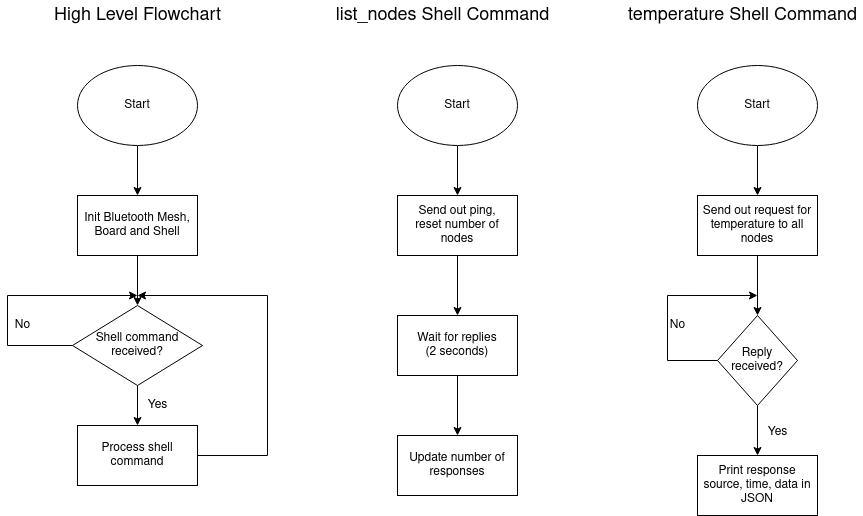
Above: images/base_flowchart.drawio.png in hughroberts1/csse4011-morpheus-green (draw.io), before the change. Source tidied: cells renumbered, new cells last; positions are measured from the earlier drawing's top-left corner, leaving out a move shared by most shapes. Source of this version:
```xml
<mxGraphModel>
  <root>
    <mxCell id="0" />
    <mxCell id="1" parent="0" />
    <mxCell id="2" style="edgeStyle=orthogonalEdgeStyle;rounded=0;jettySize=auto;html=1;" parent="1" edge="1" source="3" target="5">
      <mxGeometry relative="1" as="geometry" />
    </mxCell>
    <mxCell id="3" value="Start" style="ellipse;whiteSpace=wrap;html=1;" parent="1" vertex="1">
      <mxGeometry x="70" y="65" width="120" height="80" as="geometry" />
    </mxCell>
    <mxCell id="4" style="edgeStyle=orthogonalEdgeStyle;rounded=0;jettySize=auto;html=1;" parent="1" edge="1" source="5" target="8">
      <mxGeometry relative="1" as="geometry" />
    </mxCell>
    <mxCell id="5" value="Init Bluetooth Mesh, Board and Shell" style="whiteSpace=wrap;html=1;" parent="1" vertex="1">
      <mxGeometry x="70" y="195" width="120" height="60" as="geometry" />
    </mxCell>
    <mxCell id="6" style="edgeStyle=orthogonalEdgeStyle;rounded=0;jettySize=auto;html=1;" parent="1" edge="1" source="8">
      <mxGeometry relative="1" as="geometry">
        <mxPoint x="130" y="295" as="targetPoint" />
        <Array as="points">
          <mxPoint y="345" />
          <mxPoint y="295" />
        </Array>
      </mxGeometry>
    </mxCell>
    <mxCell id="7" style="edgeStyle=orthogonalEdgeStyle;rounded=0;jettySize=auto;html=1;" parent="1" edge="1" source="8" target="10">
      <mxGeometry relative="1" as="geometry" />
    </mxCell>
    <mxCell id="8" value="Shell command received?" style="rhombus;whiteSpace=wrap;html=1;" parent="1" vertex="1">
      <mxGeometry x="65" y="305" width="130" height="80" as="geometry" />
    </mxCell>
    <mxCell id="9" style="edgeStyle=orthogonalEdgeStyle;rounded=0;jettySize=auto;html=1;" parent="1" edge="1" source="10">
      <mxGeometry relative="1" as="geometry">
        <mxPoint x="130" y="295" as="targetPoint" />
        <Array as="points">
          <mxPoint x="260" y="455" />
          <mxPoint x="260" y="295" />
        </Array>
      </mxGeometry>
    </mxCell>
    <mxCell id="10" value="Process shell command" style="whiteSpace=wrap;html=1;" parent="1" vertex="1">
      <mxGeometry x="70" y="425" width="120" height="60" as="geometry" />
    </mxCell>
    <mxCell id="11" value="No" style="text;html=1;align=center;verticalAlign=middle;strokeColor=none;fillColor=none;" parent="1" vertex="1">
      <mxGeometry y="315" width="30" height="20" as="geometry" />
    </mxCell>
    <mxCell id="12" value="Yes" style="text;html=1;align=center;verticalAlign=middle;strokeColor=none;fillColor=none;" parent="1" vertex="1">
      <mxGeometry x="130" y="395" width="40" height="20" as="geometry" />
    </mxCell>
    <mxCell id="13" value="&lt;font style=&quot;font-size: 18px;&quot;&gt;High Level Flowchart&lt;/font&gt;" style="text;html=1;align=center;verticalAlign=middle;strokeColor=none;fillColor=none;" parent="1" vertex="1">
      <mxGeometry x="40" y="5" width="180" height="20" as="geometry" />
    </mxCell>
    <mxCell id="14" value="list_nodes Shell Command" style="text;html=1;align=center;verticalAlign=middle;strokeColor=none;fillColor=none;fontSize=18;" parent="1" vertex="1">
      <mxGeometry x="320" width="230" height="30" as="geometry" />
    </mxCell>
    <mxCell id="15" style="edgeStyle=orthogonalEdgeStyle;rounded=0;jettySize=auto;html=1;fontSize=18;" parent="1" edge="1" source="16" target="18">
      <mxGeometry relative="1" as="geometry" />
    </mxCell>
    <mxCell id="16" value="Start" style="ellipse;whiteSpace=wrap;html=1;" parent="1" vertex="1">
      <mxGeometry x="390" y="65" width="120" height="80" as="geometry" />
    </mxCell>
    <mxCell id="17" style="edgeStyle=orthogonalEdgeStyle;rounded=0;jettySize=auto;html=1;fontSize=18;" parent="1" edge="1" source="18" target="20">
      <mxGeometry relative="1" as="geometry" />
    </mxCell>
    <mxCell id="18" value="&lt;div&gt;Send out ping, &lt;br&gt;&lt;/div&gt;&lt;div&gt;reset number of nodes&lt;br&gt;&lt;/div&gt;" style="whiteSpace=wrap;html=1;" parent="1" vertex="1">
      <mxGeometry x="390" y="195" width="120" height="60" as="geometry" />
    </mxCell>
    <mxCell id="19" style="edgeStyle=orthogonalEdgeStyle;rounded=0;jettySize=auto;html=1;fontSize=18;" parent="1" edge="1" source="20" target="21">
      <mxGeometry relative="1" as="geometry" />
    </mxCell>
    <mxCell id="20" value="&lt;div&gt;Wait for replies&lt;/div&gt;&lt;div&gt;(2 seconds)&lt;br&gt;&lt;/div&gt;" style="whiteSpace=wrap;html=1;" parent="1" vertex="1">
      <mxGeometry x="390" y="315" width="120" height="60" as="geometry" />
    </mxCell>
    <mxCell id="21" value="Update number of responses" style="whiteSpace=wrap;html=1;" parent="1" vertex="1">
      <mxGeometry x="390" y="435" width="120" height="60" as="geometry" />
    </mxCell>
    <mxCell id="22" value="temperature Shell Command" style="text;html=1;align=center;verticalAlign=middle;strokeColor=none;fillColor=none;fontSize=18;" parent="1" vertex="1">
      <mxGeometry x="615" width="240" height="30" as="geometry" />
    </mxCell>
    <mxCell id="23" style="edgeStyle=orthogonalEdgeStyle;rounded=0;jettySize=auto;html=1;fontSize=18;" parent="1" edge="1" source="24" target="26">
      <mxGeometry relative="1" as="geometry" />
    </mxCell>
    <mxCell id="24" value="Start" style="ellipse;whiteSpace=wrap;html=1;" parent="1" vertex="1">
      <mxGeometry x="690" y="65" width="120" height="80" as="geometry" />
    </mxCell>
    <mxCell id="25" style="edgeStyle=orthogonalEdgeStyle;rounded=0;jettySize=auto;html=1;fontSize=18;" parent="1" edge="1" source="26" target="29">
      <mxGeometry relative="1" as="geometry" />
    </mxCell>
    <mxCell id="26" value="Send out request for temperature to all nodes" style="whiteSpace=wrap;html=1;" parent="1" vertex="1">
      <mxGeometry x="690" y="195" width="120" height="60" as="geometry" />
    </mxCell>
    <mxCell id="27" style="edgeStyle=orthogonalEdgeStyle;rounded=0;jettySize=auto;html=1;fontSize=18;" parent="1" edge="1" source="29" target="30">
      <mxGeometry relative="1" as="geometry" />
    </mxCell>
    <mxCell id="28" style="edgeStyle=orthogonalEdgeStyle;rounded=0;jettySize=auto;html=1;fontSize=12;" parent="1" edge="1" source="29">
      <mxGeometry relative="1" as="geometry">
        <mxPoint x="750" y="295" as="targetPoint" />
        <Array as="points">
          <mxPoint x="660" y="360" />
          <mxPoint x="660" y="295" />
        </Array>
      </mxGeometry>
    </mxCell>
    <mxCell id="29" value="Reply received?" style="rhombus;whiteSpace=wrap;html=1;" parent="1" vertex="1">
      <mxGeometry x="710" y="315" width="80" height="90" as="geometry" />
    </mxCell>
    <mxCell id="30" value="Print response source, time, data in JSON" style="whiteSpace=wrap;html=1;" parent="1" vertex="1">
      <mxGeometry x="690" y="455" width="120" height="60" as="geometry" />
    </mxCell>
    <mxCell id="31" value="&lt;font style=&quot;font-size: 12px;&quot;&gt;Yes&lt;/font&gt;" style="text;html=1;align=center;verticalAlign=middle;strokeColor=none;fillColor=none;fontSize=18;" parent="1" vertex="1">
      <mxGeometry x="750" y="415" width="40" height="30" as="geometry" />
    </mxCell>
    <mxCell id="32" value="No" style="text;html=1;align=center;verticalAlign=middle;strokeColor=none;fillColor=none;fontSize=12;" parent="1" vertex="1">
      <mxGeometry x="655" y="315" width="30" height="20" as="geometry" />
    </mxCell>
  </root>
</mxGraphModel>
```
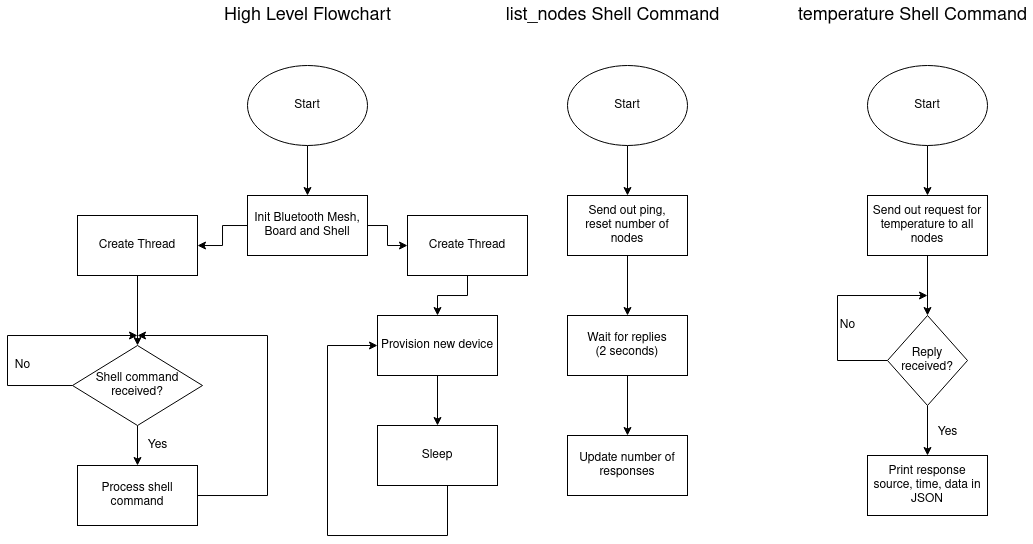
After the change.

Commit message:
Updated base flowchart

What changed in the source:
```diff
@@ -8,18 +8,21 @@
     <mxCell id="3" value="Start" style="ellipse;whiteSpace=wrap;html=1;" parent="1" vertex="1">
       <mxGeometry x="70" y="65" width="120" height="80" as="geometry" />
     </mxCell>
-    <mxCell id="4" style="edgeStyle=orthogonalEdgeStyle;rounded=0;jettySize=auto;html=1;" parent="1" edge="1" source="5" target="8">
-      <mxGeometry relative="1" as="geometry" />
-    </mxCell>
+    <mxCell id="33" style="edgeStyle=orthogonalEdgeStyle;rounded=0;jettySize=auto;html=1;fontSize=12;" parent="1" edge="1" source="5" target="40">
+      <mxGeometry relative="1" as="geometry" />
+    </mxCell>
+    <mxCell id="34" style="edgeStyle=orthogonalEdgeStyle;rounded=0;jettySize=auto;html=1;fontSize=12;" parent="1" edge="1" source="5" target="42">
+      <mxGeometry relative="1" as="geometry" />
+    </mxCell>
     <mxCell id="5" value="Init Bluetooth Mesh, Board and Shell" style="whiteSpace=wrap;html=1;" parent="1" vertex="1">
       <mxGeometry x="70" y="195" width="120" height="60" as="geometry" />
     </mxCell>
     <mxCell id="6" style="edgeStyle=orthogonalEdgeStyle;rounded=0;jettySize=auto;html=1;" parent="1" edge="1" source="8">
       <mxGeometry relative="1" as="geometry">
-        <mxPoint x="130" y="295" as="targetPoint" />
+        <mxPoint x="-40" y="335" as="targetPoint" />
         <Array as="points">
-          <mxPoint y="345" />
-          <mxPoint y="295" />
+          <mxPoint x="-170" y="385" />
+          <mxPoint x="-170" y="335" />
         </Array>
       </mxGeometry>
     </mxCell>
@@ -27,25 +30,25 @@
       <mxGeometry relative="1" as="geometry" />
     </mxCell>
     <mxCell id="8" value="Shell command received?" style="rhombus;whiteSpace=wrap;html=1;" parent="1" vertex="1">
-      <mxGeometry x="65" y="305" width="130" height="80" as="geometry" />
+      <mxGeometry x="-105" y="345" width="130" height="80" as="geometry" />
     </mxCell>
     <mxCell id="9" style="edgeStyle=orthogonalEdgeStyle;rounded=0;jettySize=auto;html=1;" parent="1" edge="1" source="10">
       <mxGeometry relative="1" as="geometry">
-        <mxPoint x="130" y="295" as="targetPoint" />
+        <mxPoint x="-40" y="335" as="targetPoint" />
         <Array as="points">
-          <mxPoint x="260" y="455" />
-          <mxPoint x="260" y="295" />
+          <mxPoint x="90" y="495" />
+          <mxPoint x="90" y="335" />
         </Array>
       </mxGeometry>
     </mxCell>
     <mxCell id="10" value="Process shell command" style="whiteSpace=wrap;html=1;" parent="1" vertex="1">
-      <mxGeometry x="70" y="425" width="120" height="60" as="geometry" />
+      <mxGeometry x="-100" y="465" width="120" height="60" as="geometry" />
     </mxCell>
     <mxCell id="11" value="No" style="text;html=1;align=center;verticalAlign=middle;strokeColor=none;fillColor=none;" parent="1" vertex="1">
-      <mxGeometry y="315" width="30" height="20" as="geometry" />
+      <mxGeometry x="-170" y="355" width="30" height="20" as="geometry" />
     </mxCell>
     <mxCell id="12" value="Yes" style="text;html=1;align=center;verticalAlign=middle;strokeColor=none;fillColor=none;" parent="1" vertex="1">
-      <mxGeometry x="130" y="395" width="40" height="20" as="geometry" />
+      <mxGeometry x="-40" y="435" width="40" height="20" as="geometry" />
     </mxCell>
     <mxCell id="13" value="&lt;font style=&quot;font-size: 18px;&quot;&gt;High Level Flowchart&lt;/font&gt;" style="text;html=1;align=center;verticalAlign=middle;strokeColor=none;fillColor=none;" parent="1" vertex="1">
       <mxGeometry x="40" y="5" width="180" height="20" as="geometry" />
@@ -113,5 +116,35 @@
     <mxCell id="32" value="No" style="text;html=1;align=center;verticalAlign=middle;strokeColor=none;fillColor=none;fontSize=12;" parent="1" vertex="1">
       <mxGeometry x="655" y="315" width="30" height="20" as="geometry" />
     </mxCell>
+    <mxCell id="35" style="edgeStyle=orthogonalEdgeStyle;rounded=0;jettySize=auto;html=1;fontSize=12;" parent="1" edge="1" source="36" target="38">
+      <mxGeometry relative="1" as="geometry" />
+    </mxCell>
+    <mxCell id="36" value="&lt;div&gt;Provision new device&lt;/div&gt;" style="whiteSpace=wrap;html=1;" parent="1" vertex="1">
+      <mxGeometry x="200" y="315" width="120" height="60" as="geometry" />
+    </mxCell>
+    <mxCell id="37" style="edgeStyle=orthogonalEdgeStyle;rounded=0;jettySize=auto;html=1;fontSize=12;entryX=0;entryY=0.5;entryDx=0;entryDy=0;" parent="1" edge="1" source="38" target="36">
+      <mxGeometry relative="1" as="geometry">
+        <Array as="points">
+          <mxPoint x="270" y="535" />
+          <mxPoint x="150" y="535" />
+          <mxPoint x="150" y="345" />
+        </Array>
+      </mxGeometry>
+    </mxCell>
+    <mxCell id="38" value="Sleep" style="whiteSpace=wrap;html=1;" parent="1" vertex="1">
+      <mxGeometry x="200" y="425" width="120" height="60" as="geometry" />
+    </mxCell>
+    <mxCell id="39" style="edgeStyle=orthogonalEdgeStyle;rounded=0;jettySize=auto;html=1;fontSize=12;" parent="1" edge="1" source="40" target="36">
+      <mxGeometry relative="1" as="geometry" />
+    </mxCell>
+    <mxCell id="40" value="Create Thread" style="whiteSpace=wrap;html=1;" parent="1" vertex="1">
+      <mxGeometry x="230" y="215" width="120" height="60" as="geometry" />
+    </mxCell>
+    <mxCell id="41" style="edgeStyle=orthogonalEdgeStyle;rounded=0;jettySize=auto;html=1;fontSize=12;" parent="1" edge="1" source="42" target="8">
+      <mxGeometry relative="1" as="geometry" />
+    </mxCell>
+    <mxCell id="42" value="Create Thread" style="whiteSpace=wrap;html=1;" parent="1" vertex="1">
+      <mxGeometry x="-100" y="215" width="120" height="60" as="geometry" />
+    </mxCell>
   </root>
 </mxGraphModel>
```
